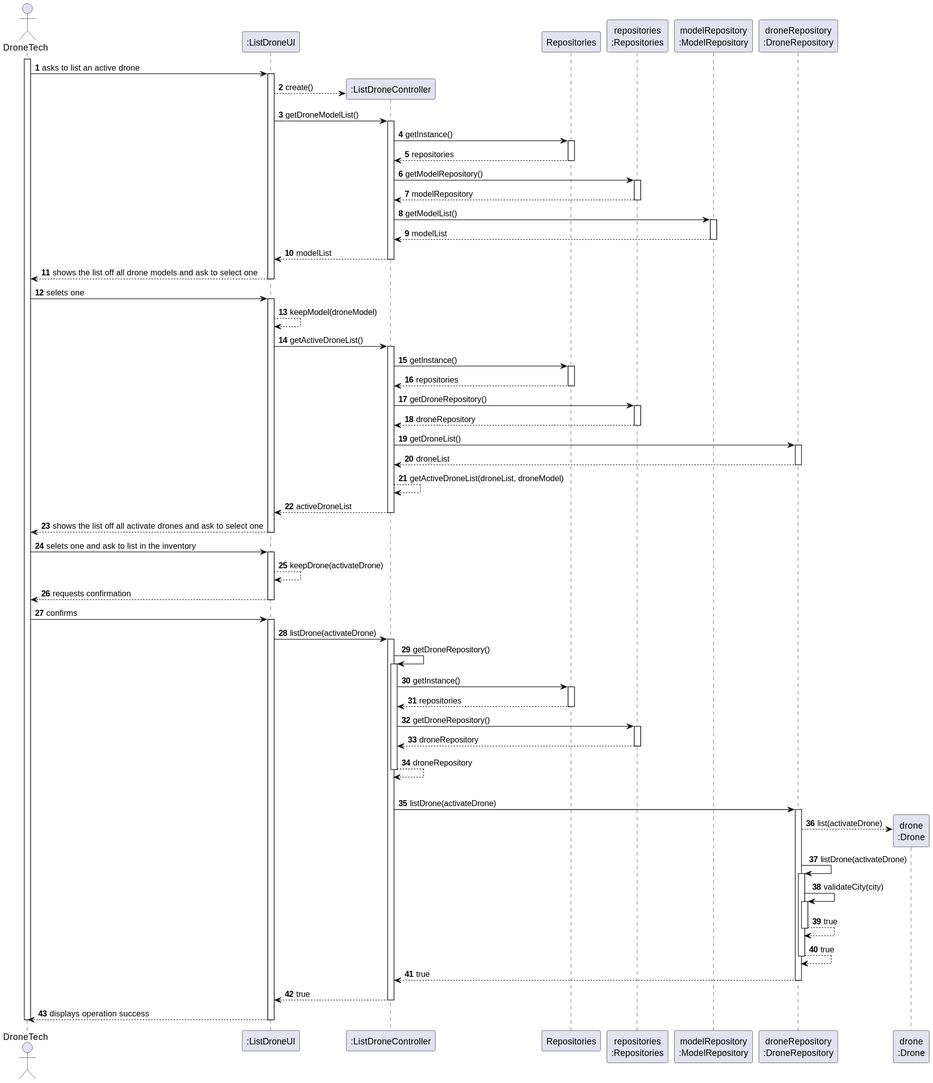
Before: docs/SPRINT_2/US243/images/sequence_diagram_us243.svg, a diagram exported from PlantUML (diogoveirospro/sem4pi-2024-2025-sem4pi_2024_2025_g44). The source it was exported from:
```plantuml
@startuml
skinparam packageStyle rectangle
skinparam shadowing false

autonumber

actor "DroneTech" as EDT
participant ":ListDroneUI" as UI
participant ":ListDroneController" as CTRL
participant "Repositories" as REPOS
participant "repositories\n:Repositories" as REPOS_SINGLETON
participant "modelRepository\n:ModelRepository" as MOD_REPO
participant "droneRepository\n:DroneRepository" as DRN_REPO
participant "drone\n:Drone" as DRONE

activate EDT

        EDT -> UI : asks to list an active drone
        activate UI
            UI --> CTRL** : create()

            UI -> CTRL : getDroneModelList()
                        activate CTRL
                            CTRL -> REPOS : getInstance()
                            activate REPOS
                                REPOS --> CTRL: repositories
                            deactivate REPOS

                            CTRL -> REPOS_SINGLETON : getModelRepository()
                            activate REPOS_SINGLETON
                                REPOS_SINGLETON --> CTRL: modelRepository
                            deactivate REPOS_SINGLETON

                            CTRL -> MOD_REPO : getModelList()
                            activate MOD_REPO
                                MOD_REPO --> CTRL : modelList
                            deactivate MOD_REPO
                            CTRL --> UI : modelList
                        deactivate CTRL
                   UI --> EDT : shows the list off all drone models and ask to select one
                           deactivate UI
                     EDT -> UI : selets one
                        activate UI
            UI --> UI : keepModel(droneModel)
            UI -> CTRL : getActiveDroneList()
            activate CTRL
                CTRL -> REPOS : getInstance()
                activate REPOS
                    REPOS --> CTRL: repositories
                deactivate REPOS

                CTRL -> REPOS_SINGLETON : getDroneRepository()
                activate REPOS_SINGLETON
                    REPOS_SINGLETON --> CTRL: droneRepository
                deactivate REPOS_SINGLETON

                CTRL -> DRN_REPO : getDroneList()
                activate DRN_REPO
                    DRN_REPO --> CTRL : droneList
                deactivate DRN_REPO
                CTRL --> CTRL : getActiveDroneList(droneList, droneModel)
                CTRL --> UI : activeDroneList
            deactivate CTRL

            UI --> EDT : shows the list off all activate drones and ask to select one
        deactivate UI



    EDT -> UI : selets one and ask to list in the inventory
    activate UI
    UI --> UI : keepDrone(activateDrone)
    UI --> EDT : requests confirmation
    deactivate UI
    EDT -> UI : confirms
    activate UI
        UI -> CTRL : listDrone(activateDrone)
        activate CTRL
             CTRL -> CTRL: getDroneRepository()
                                    activate CTRL

                                        CTRL -> REPOS: getInstance()
                                        activate REPOS

                                               REPOS --> CTRL: repositories

                                        deactivate REPOS

                                        CTRL -> REPOS_SINGLETON: getDroneRepository()
                                        activate REPOS_SINGLETON

                                               REPOS_SINGLETON --> CTRL: droneRepository
                                        deactivate REPOS_SINGLETON
                                    CTRL --> CTRL: droneRepository

                                    |||
                                                                        deactivate CTRL

                                    CTRL -> DRN_REPO : listDrone(activateDrone)
            activate DRN_REPO
                DRN_REPO --> DRONE**: list(activateDrone)

                DRN_REPO -> DRN_REPO: listDrone(activateDrone)
                activate DRN_REPO
                    DRN_REPO -> DRN_REPO: validateCity(city)
                    activate DRN_REPO
                        DRN_REPO --> DRN_REPO : true
                    deactivate DRN_REPO

                    DRN_REPO --> DRN_REPO : true
                deactivate DRN_REPO

                DRN_REPO --> CTRL : true
            deactivate DRN_REPO

            CTRL --> UI: true
            deactivate CTRL
            UI --> EDT: displays operation success
    deactivate UI

deactivate EDT
@enduml
```
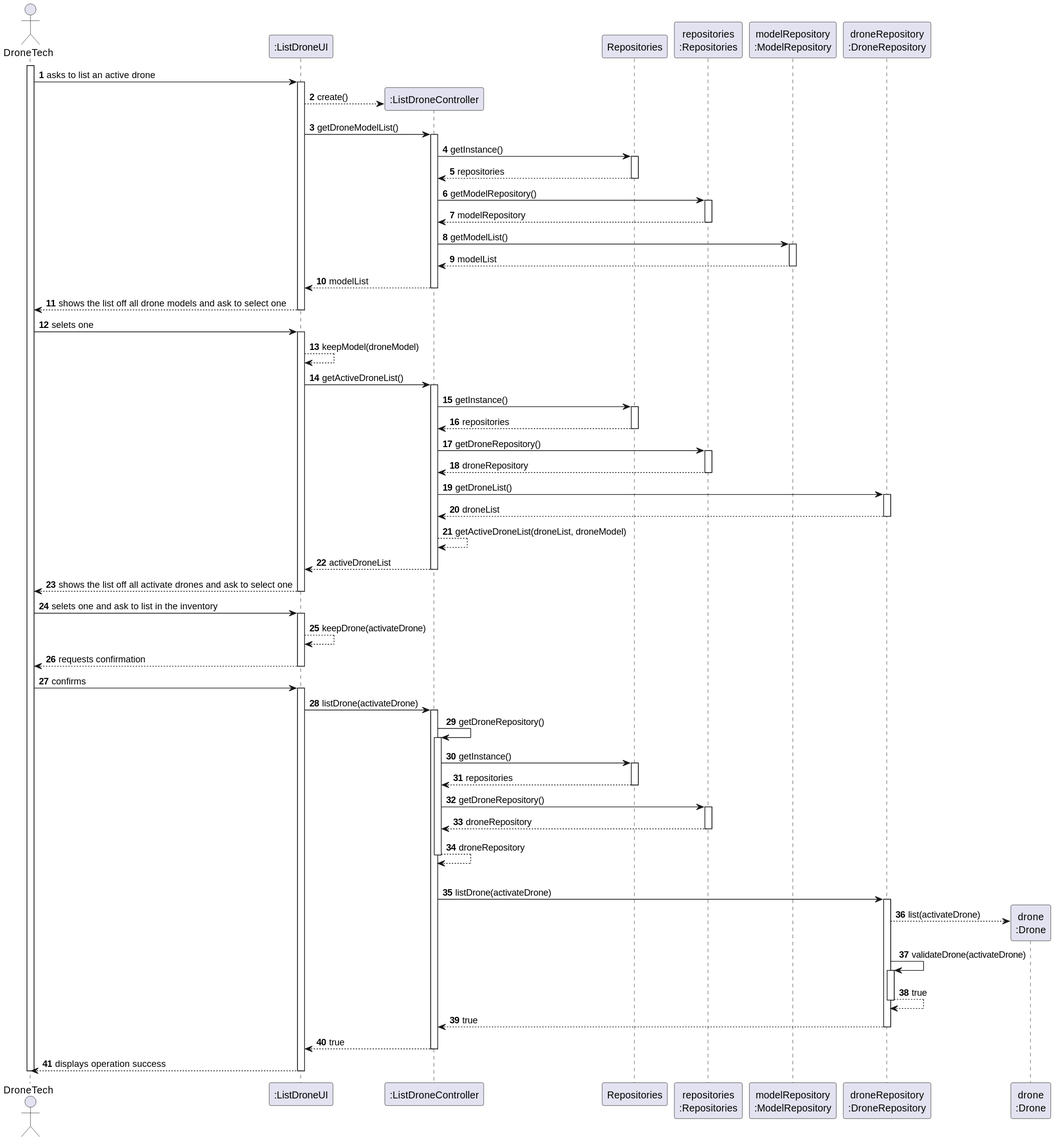
After the change.

Commit message:
update sequence diagram on us241 and us243

The edit, as a diff of the source:
```diff
@@ -98,17 +98,11 @@
 
                                     CTRL -> DRN_REPO : listDrone(activateDrone)
             activate DRN_REPO
-                DRN_REPO --> DRONE**: list(activateDrone)
-
-                DRN_REPO -> DRN_REPO: listDrone(activateDrone)
-                activate DRN_REPO
-                    DRN_REPO -> DRN_REPO: validateCity(city)
+                DRN_REPO --> DRONE **: list(activateDrone)
+                    DRN_REPO -> DRN_REPO: validateDrone(activateDrone)
                     activate DRN_REPO
                         DRN_REPO --> DRN_REPO : true
                     deactivate DRN_REPO
-
-                    DRN_REPO --> DRN_REPO : true
-                deactivate DRN_REPO
 
                 DRN_REPO --> CTRL : true
             deactivate DRN_REPO
```
